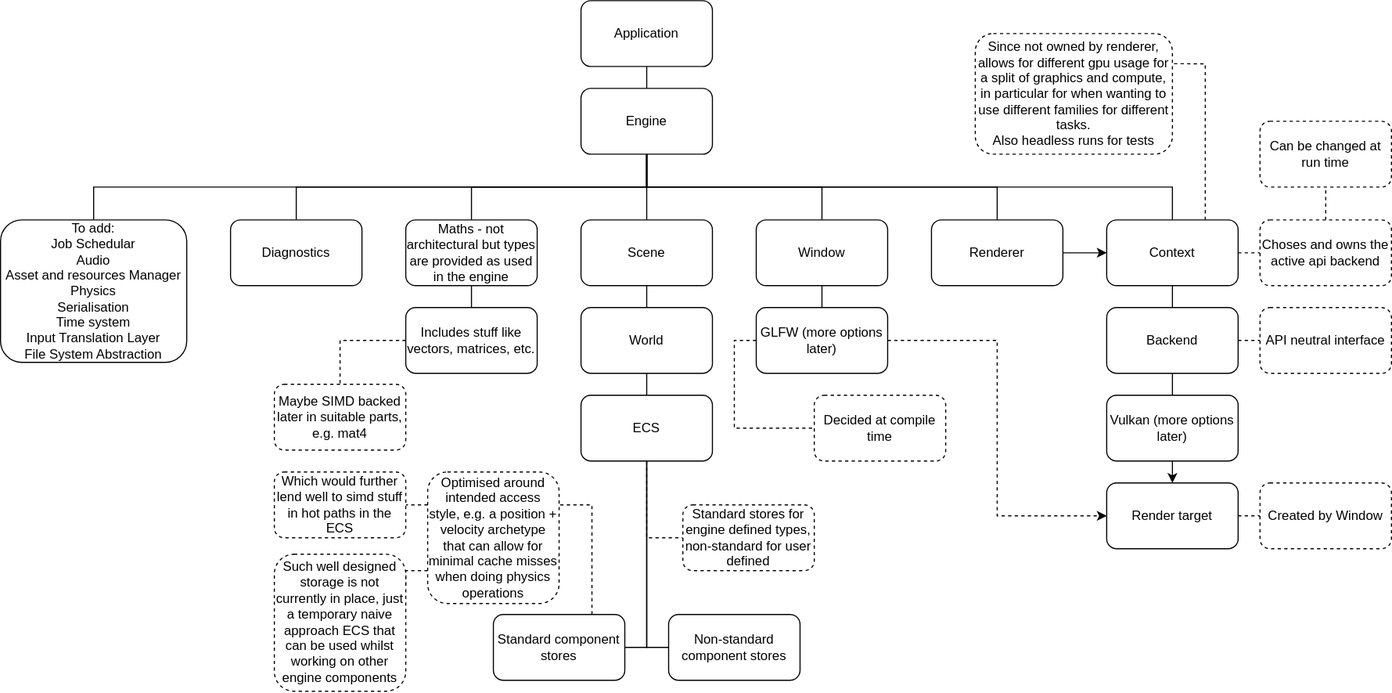
Earlier version of the draw.io export docs/Architecture.svg (Tobias-Sharman/Trivial-Game-Engine). Source tidied: cells renumbered, new cells last; positions are measured from the earlier drawing's top-left corner, leaving out a move shared by most shapes.
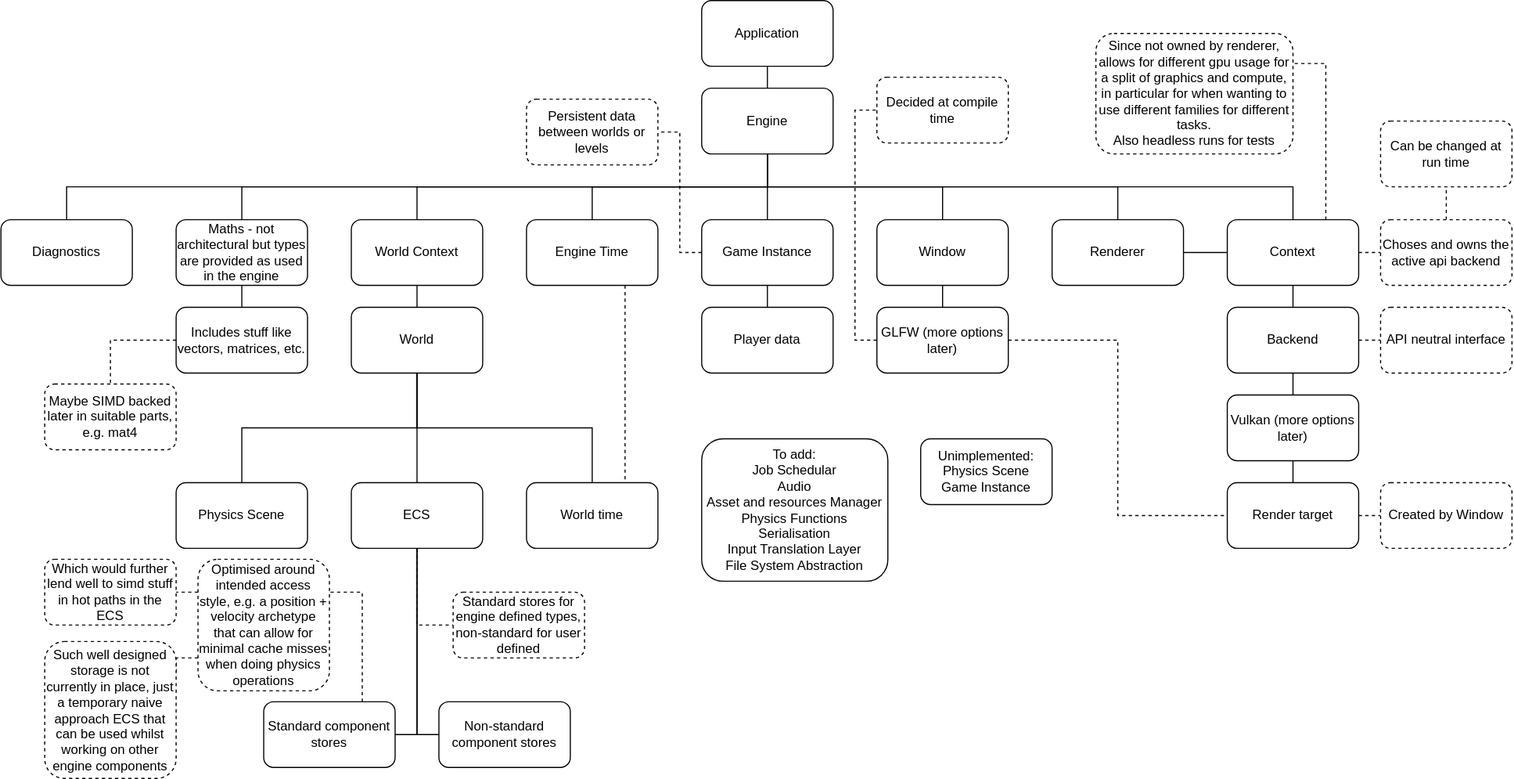
The same file after the commit.

Commit message:
Update architecture design image

Diff of the diagram source:
```diff
@@ -11,42 +11,37 @@
     <mxCell id="4" style="edgeStyle=orthogonalEdgeStyle;rounded=0;jettySize=auto;html=1;exitX=0.5;exitY=1;exitDx=0;exitDy=0;entryX=0.5;entryY=0;entryDx=0;entryDy=0;endArrow=none;endFill=0;" parent="1" edge="1" source="11" target="13">
       <mxGeometry relative="1" as="geometry" />
     </mxCell>
+    <mxCell id="7" style="edgeStyle=orthogonalEdgeStyle;rounded=0;jettySize=auto;html=1;exitX=0.5;exitY=1;exitDx=0;exitDy=0;entryX=0.5;entryY=0;entryDx=0;entryDy=0;endArrow=none;endFill=0;" parent="1" edge="1" source="11" target="17">
+      <mxGeometry relative="1" as="geometry" />
+    </mxCell>
+    <mxCell id="10" style="edgeStyle=orthogonalEdgeStyle;rounded=0;jettySize=auto;html=1;exitX=0.5;exitY=1;exitDx=0;exitDy=0;entryX=0.5;entryY=0;entryDx=0;entryDy=0;endArrow=none;endFill=0;" parent="1" edge="1" source="11" target="60">
+      <mxGeometry relative="1" as="geometry" />
+    </mxCell>
+    <mxCell id="61" style="edgeStyle=orthogonalEdgeStyle;rounded=0;jettySize=auto;html=1;exitX=0.5;exitY=1;exitDx=0;exitDy=0;entryX=0.5;entryY=0;entryDx=0;entryDy=0;endArrow=none;endFill=0;" parent="1" edge="1" source="11" target="68">
+      <mxGeometry relative="1" as="geometry" />
+    </mxCell>
+    <mxCell id="62" style="edgeStyle=orthogonalEdgeStyle;rounded=0;jettySize=auto;html=1;exitX=0.5;exitY=1;exitDx=0;exitDy=0;endArrow=none;endFill=0;" parent="1" edge="1" source="11" target="73">
+      <mxGeometry relative="1" as="geometry" />
+    </mxCell>
+    <mxCell id="63" style="edgeStyle=orthogonalEdgeStyle;rounded=0;jettySize=auto;html=1;exitX=0.5;exitY=1;exitDx=0;exitDy=0;entryX=0.5;entryY=0;entryDx=0;entryDy=0;endArrow=none;endFill=0;" parent="1" edge="1" source="11" target="21">
+      <mxGeometry relative="1" as="geometry" />
+    </mxCell>
     <mxCell id="5" style="edgeStyle=orthogonalEdgeStyle;rounded=0;jettySize=auto;html=1;exitX=0.5;exitY=1;exitDx=0;exitDy=0;entryX=0.5;entryY=0;entryDx=0;entryDy=0;endArrow=none;endFill=0;" parent="1" edge="1" source="11" target="15">
       <mxGeometry relative="1" as="geometry" />
     </mxCell>
-    <mxCell id="6" style="edgeStyle=orthogonalEdgeStyle;rounded=0;jettySize=auto;html=1;entryX=0.5;entryY=0;entryDx=0;entryDy=0;endArrow=none;endFill=0;" parent="1" edge="1" target="21">
-      <mxGeometry relative="1" as="geometry">
-        <mxPoint x="590" y="140" as="sourcePoint" />
-        <Array as="points">
-          <mxPoint x="590" y="170" />
-          <mxPoint x="750" y="170" />
-        </Array>
-      </mxGeometry>
-    </mxCell>
-    <mxCell id="7" style="edgeStyle=orthogonalEdgeStyle;rounded=0;jettySize=auto;html=1;exitX=0.5;exitY=1;exitDx=0;exitDy=0;entryX=0.5;entryY=0;entryDx=0;entryDy=0;endArrow=none;endFill=0;" parent="1" edge="1" source="11" target="17">
-      <mxGeometry relative="1" as="geometry" />
-    </mxCell>
-    <mxCell id="8" style="edgeStyle=orthogonalEdgeStyle;rounded=0;jettySize=auto;html=1;exitX=0.5;exitY=1;exitDx=0;exitDy=0;entryX=0.5;entryY=0;entryDx=0;entryDy=0;endArrow=none;endFill=0;" parent="1" edge="1" source="11" target="18">
-      <mxGeometry relative="1" as="geometry" />
-    </mxCell>
-    <mxCell id="9" style="edgeStyle=orthogonalEdgeStyle;rounded=0;jettySize=auto;html=1;exitX=0.5;exitY=1;exitDx=0;exitDy=0;endArrow=none;endFill=0;" parent="1" edge="1" source="11">
-      <mxGeometry relative="1" as="geometry">
-        <mxPoint x="1070" y="200" as="targetPoint" />
-      </mxGeometry>
-    </mxCell>
-    <mxCell id="10" style="edgeStyle=orthogonalEdgeStyle;rounded=0;jettySize=auto;html=1;exitX=0.5;exitY=1;exitDx=0;exitDy=0;entryX=0.5;entryY=0;entryDx=0;entryDy=0;endArrow=none;endFill=0;" parent="1" edge="1" source="11" target="60">
-      <mxGeometry relative="1" as="geometry" />
-    </mxCell>
+    <mxCell id="64" style="edgeStyle=orthogonalEdgeStyle;rounded=0;jettySize=auto;html=1;exitX=0.5;exitY=1;exitDx=0;exitDy=0;entryX=0.5;entryY=0;entryDx=0;entryDy=0;endArrow=none;endFill=0;" parent="1" edge="1" source="11" target="31">
+      <mxGeometry relative="1" as="geometry" />
+    </mxCell>
     <mxCell id="11" value="Engine" style="rounded=1;whiteSpace=wrap;html=1;" parent="1" vertex="1">
       <mxGeometry x="530" y="80" width="120" height="60" as="geometry" />
     </mxCell>
     <mxCell id="12" style="edgeStyle=orthogonalEdgeStyle;rounded=0;jettySize=auto;html=1;exitX=0.5;exitY=1;exitDx=0;exitDy=0;entryX=0.5;entryY=0;entryDx=0;entryDy=0;endArrow=none;endFill=0;" parent="1" edge="1" source="13" target="23">
       <mxGeometry relative="1" as="geometry" />
     </mxCell>
-    <mxCell id="13" value="Scene" style="rounded=1;whiteSpace=wrap;html=1;" parent="1" vertex="1">
-      <mxGeometry x="530" y="200" width="120" height="60" as="geometry" />
+    <mxCell id="13" value="World Context" style="rounded=1;whiteSpace=wrap;html=1;" parent="1" vertex="1">
+      <mxGeometry x="210" y="200" width="120" height="60" as="geometry" />
     </mxCell>
-    <mxCell id="14" style="edgeStyle=orthogonalEdgeStyle;rounded=0;jettySize=auto;html=1;exitX=1;exitY=0.5;exitDx=0;exitDy=0;entryX=0;entryY=0.5;entryDx=0;entryDy=0;" parent="1" edge="1" source="15" target="31">
+    <mxCell id="14" style="edgeStyle=orthogonalEdgeStyle;rounded=0;jettySize=auto;html=1;exitX=1;exitY=0.5;exitDx=0;exitDy=0;entryX=0;entryY=0.5;entryDx=0;entryDy=0;endArrow=none;endFill=0;" parent="1" edge="1" source="15" target="31">
       <mxGeometry relative="1" as="geometry" />
     </mxCell>
     <mxCell id="15" value="Renderer" style="rounded=1;whiteSpace=wrap;html=1;" parent="1" vertex="1">
@@ -56,10 +51,10 @@
       <mxGeometry relative="1" as="geometry" />
     </mxCell>
     <mxCell id="17" value="Maths - not architectural but types are provided as used in the engine" style="rounded=1;whiteSpace=wrap;html=1;" parent="1" vertex="1">
-      <mxGeometry x="370" y="200" width="120" height="60" as="geometry" />
+      <mxGeometry x="50" y="200" width="120" height="60" as="geometry" />
     </mxCell>
-    <mxCell id="18" value="To add:&lt;div&gt;Job Schedular&lt;/div&gt;&lt;div&gt;Audio&lt;/div&gt;&lt;div&gt;Asset and resources Manager&lt;/div&gt;&lt;div&gt;Physics&lt;/div&gt;&lt;div&gt;Serialisation&lt;/div&gt;&lt;div&gt;Time system&lt;/div&gt;&lt;div&gt;Input Translation Layer&lt;/div&gt;&lt;div&gt;File System Abstraction&lt;/div&gt;" style="rounded=1;whiteSpace=wrap;html=1;" parent="1" vertex="1">
-      <mxGeometry y="200" width="170" height="130" as="geometry" />
+    <mxCell id="18" value="To add:&lt;div&gt;Job Schedular&lt;/div&gt;&lt;div&gt;Audio&lt;/div&gt;&lt;div&gt;Asset and resources Manager&lt;/div&gt;&lt;div&gt;Physics Functions&lt;/div&gt;&lt;div&gt;Serialisation&lt;/div&gt;&lt;div&gt;Input Translation Layer&lt;br&gt;&lt;/div&gt;&lt;div&gt;File System Abstraction&lt;/div&gt;" style="rounded=1;whiteSpace=wrap;html=1;" parent="1" vertex="1">
+      <mxGeometry x="530" y="400" width="170" height="130" as="geometry" />
     </mxCell>
     <mxCell id="19" style="edgeStyle=orthogonalEdgeStyle;rounded=0;jettySize=auto;html=1;exitX=0.5;exitY=1;exitDx=0;exitDy=0;entryX=0.5;entryY=0;entryDx=0;entryDy=0;endArrow=none;endFill=0;" parent="1" edge="1" source="21" target="51">
       <mxGeometry relative="1" as="geometry" />
@@ -73,8 +68,14 @@
     <mxCell id="22" style="edgeStyle=orthogonalEdgeStyle;rounded=0;jettySize=auto;html=1;exitX=0.5;exitY=1;exitDx=0;exitDy=0;entryX=0.5;entryY=0;entryDx=0;entryDy=0;endArrow=none;endFill=0;" parent="1" edge="1" source="23" target="27">
       <mxGeometry relative="1" as="geometry" />
     </mxCell>
+    <mxCell id="65" style="edgeStyle=orthogonalEdgeStyle;rounded=0;jettySize=auto;html=1;exitX=0.5;exitY=1;exitDx=0;exitDy=0;entryX=0.5;entryY=0;entryDx=0;entryDy=0;endArrow=none;endFill=0;" parent="1" edge="1" source="23" target="69">
+      <mxGeometry relative="1" as="geometry" />
+    </mxCell>
+    <mxCell id="66" style="edgeStyle=orthogonalEdgeStyle;rounded=0;jettySize=auto;html=1;exitX=0.5;exitY=1;exitDx=0;exitDy=0;entryX=0.5;entryY=0;entryDx=0;entryDy=0;endArrow=none;endFill=0;" parent="1" edge="1" source="23" target="70">
+      <mxGeometry relative="1" as="geometry" />
+    </mxCell>
     <mxCell id="23" value="World" style="rounded=1;whiteSpace=wrap;html=1;" parent="1" vertex="1">
-      <mxGeometry x="530" y="280" width="120" height="60" as="geometry" />
+      <mxGeometry x="210" y="280" width="120" height="60" as="geometry" />
     </mxCell>
     <mxCell id="24" style="edgeStyle=orthogonalEdgeStyle;rounded=0;jettySize=auto;html=1;exitX=0.5;exitY=1;exitDx=0;exitDy=0;entryX=1;entryY=0.5;entryDx=0;entryDy=0;endArrow=none;endFill=0;" parent="1" edge="1" source="27" target="38">
       <mxGeometry relative="1" as="geometry" />
@@ -86,7 +87,7 @@
       <mxGeometry relative="1" as="geometry" />
     </mxCell>
     <mxCell id="27" value="ECS" style="rounded=1;whiteSpace=wrap;html=1;" parent="1" vertex="1">
-      <mxGeometry x="530" y="360" width="120" height="60" as="geometry" />
+      <mxGeometry x="210" y="440" width="120" height="60" as="geometry" />
     </mxCell>
     <mxCell id="28" style="edgeStyle=orthogonalEdgeStyle;rounded=0;jettySize=auto;html=1;exitX=0.5;exitY=1;exitDx=0;exitDy=0;entryX=0.5;entryY=0;entryDx=0;entryDy=0;endArrow=none;endFill=0;" parent="1" edge="1" source="31" target="34">
       <mxGeometry relative="1" as="geometry" />
@@ -109,7 +110,7 @@
     <mxCell id="34" value="Backend" style="rounded=1;whiteSpace=wrap;html=1;" parent="1" vertex="1">
       <mxGeometry x="1010" y="280" width="120" height="60" as="geometry" />
     </mxCell>
-    <mxCell id="35" style="edgeStyle=orthogonalEdgeStyle;rounded=0;jettySize=auto;html=1;exitX=0.5;exitY=1;exitDx=0;exitDy=0;entryX=0.5;entryY=0;entryDx=0;entryDy=0;" parent="1" edge="1" source="36" target="57">
+    <mxCell id="35" style="edgeStyle=orthogonalEdgeStyle;rounded=0;jettySize=auto;html=1;exitX=0.5;exitY=1;exitDx=0;exitDy=0;entryX=0.5;entryY=0;entryDx=0;entryDy=0;endArrow=none;endFill=0;" parent="1" edge="1" source="36" target="57">
       <mxGeometry relative="1" as="geometry" />
     </mxCell>
     <mxCell id="36" value="Vulkan (more options later)" style="rounded=1;whiteSpace=wrap;html=1;" parent="1" vertex="1">
@@ -119,16 +120,16 @@
       <mxGeometry relative="1" as="geometry" />
     </mxCell>
     <mxCell id="38" value="Standard component stores" style="rounded=1;whiteSpace=wrap;html=1;" parent="1" vertex="1">
-      <mxGeometry x="450" y="560" width="120" height="60" as="geometry" />
+      <mxGeometry x="130" y="640" width="120" height="60" as="geometry" />
     </mxCell>
     <mxCell id="39" value="Non-standard component stores" style="rounded=1;whiteSpace=wrap;html=1;" parent="1" vertex="1">
-      <mxGeometry x="610" y="560" width="120" height="60" as="geometry" />
+      <mxGeometry x="290" y="640" width="120" height="60" as="geometry" />
     </mxCell>
     <mxCell id="40" value="Since not owned by renderer, allows for different gpu usage for a split of graphics and compute, in particular for when wanting to use different families for different tasks.&lt;div&gt;Also headless runs for tests&lt;/div&gt;" style="rounded=1;whiteSpace=wrap;html=1;dashed=1;" parent="1" vertex="1">
       <mxGeometry x="890" y="30" width="180" height="110" as="geometry" />
     </mxCell>
     <mxCell id="41" value="Decided at compile time" style="rounded=1;whiteSpace=wrap;html=1;dashed=1;" parent="1" vertex="1">
-      <mxGeometry x="743" y="360" width="120" height="60" as="geometry" />
+      <mxGeometry x="690" y="70" width="120" height="60" as="geometry" />
     </mxCell>
     <mxCell id="42" style="edgeStyle=orthogonalEdgeStyle;rounded=0;jettySize=auto;html=1;exitX=0;exitY=0.25;exitDx=0;exitDy=0;entryX=1;entryY=0.5;entryDx=0;entryDy=0;dashed=1;endArrow=none;endFill=0;" parent="1" edge="1" source="44" target="45">
       <mxGeometry relative="1" as="geometry" />
@@ -137,10 +138,10 @@
       <mxGeometry relative="1" as="geometry" />
     </mxCell>
     <mxCell id="44" value="Optimised around intended access style, e.g. a position + velocity archetype that can allow for minimal cache misses when doing physics operations" style="rounded=1;whiteSpace=wrap;html=1;dashed=1;" parent="1" vertex="1">
-      <mxGeometry x="390" y="430" width="120" height="120" as="geometry" />
+      <mxGeometry x="70" y="510" width="120" height="120" as="geometry" />
     </mxCell>
     <mxCell id="45" value="Which would further lend well to simd stuff in hot paths in the ECS" style="rounded=1;whiteSpace=wrap;html=1;dashed=1;" parent="1" vertex="1">
-      <mxGeometry x="250" y="430" width="120" height="60" as="geometry" />
+      <mxGeometry x="-70" y="510" width="120" height="60" as="geometry" />
     </mxCell>
     <mxCell id="46" value="Can be changed at run time" style="rounded=1;whiteSpace=wrap;html=1;dashed=1;" parent="1" vertex="1">
       <mxGeometry x="1150" y="110" width="120" height="60" as="geometry" />
@@ -154,23 +155,23 @@
     <mxCell id="49" value="API neutral interface" style="rounded=1;whiteSpace=wrap;html=1;dashed=1;" parent="1" vertex="1">
       <mxGeometry x="1150" y="280" width="120" height="60" as="geometry" />
     </mxCell>
-    <mxCell id="50" style="edgeStyle=orthogonalEdgeStyle;rounded=0;jettySize=auto;html=1;exitX=1;exitY=0.5;exitDx=0;exitDy=0;entryX=0;entryY=0.5;entryDx=0;entryDy=0;dashed=1;" parent="1" edge="1" source="51" target="57">
+    <mxCell id="50" style="edgeStyle=orthogonalEdgeStyle;rounded=0;jettySize=auto;html=1;exitX=1;exitY=0.5;exitDx=0;exitDy=0;entryX=0;entryY=0.5;entryDx=0;entryDy=0;dashed=1;endArrow=none;endFill=0;" parent="1" edge="1" source="51" target="57">
       <mxGeometry relative="1" as="geometry" />
     </mxCell>
     <mxCell id="51" value="GLFW (more options later)" style="rounded=1;whiteSpace=wrap;html=1;" parent="1" vertex="1">
       <mxGeometry x="690" y="280" width="120" height="60" as="geometry" />
     </mxCell>
     <mxCell id="52" value="Standard stores for engine defined types, non-standard for user defined" style="rounded=1;whiteSpace=wrap;html=1;dashed=1;" parent="1" vertex="1">
-      <mxGeometry x="623" y="460" width="120" height="60" as="geometry" />
+      <mxGeometry x="303" y="540" width="120" height="60" as="geometry" />
     </mxCell>
     <mxCell id="53" style="edgeStyle=orthogonalEdgeStyle;rounded=0;jettySize=auto;html=1;exitX=0;exitY=0.5;exitDx=0;exitDy=0;entryX=0.5;entryY=0;entryDx=0;entryDy=0;dashed=1;endArrow=none;endFill=0;" parent="1" edge="1" source="54" target="55">
       <mxGeometry relative="1" as="geometry" />
     </mxCell>
     <mxCell id="54" value="Includes stuff like vectors, matrices, etc." style="rounded=1;whiteSpace=wrap;html=1;" parent="1" vertex="1">
-      <mxGeometry x="370" y="280" width="120" height="60" as="geometry" />
+      <mxGeometry x="50" y="280" width="120" height="60" as="geometry" />
     </mxCell>
     <mxCell id="55" value="Maybe SIMD backed later in suitable parts, e.g. mat4" style="rounded=1;whiteSpace=wrap;html=1;dashed=1;" parent="1" vertex="1">
-      <mxGeometry x="250" y="350" width="120" height="60" as="geometry" />
+      <mxGeometry x="-70" y="350" width="120" height="60" as="geometry" />
     </mxCell>
     <mxCell id="56" style="edgeStyle=orthogonalEdgeStyle;rounded=0;jettySize=auto;html=1;exitX=1;exitY=0.5;exitDx=0;exitDy=0;entryX=0;entryY=0.5;entryDx=0;entryDy=0;endArrow=none;endFill=0;dashed=1;" parent="1" edge="1" source="57" target="58">
       <mxGeometry relative="1" as="geometry" />
@@ -182,10 +183,40 @@
       <mxGeometry x="1150" y="440" width="120" height="60" as="geometry" />
     </mxCell>
     <mxCell id="59" value="Such well designed storage is not currently in place, just a temporary naive approach ECS that can be used whilst working on other engine components" style="rounded=1;whiteSpace=wrap;html=1;dashed=1;" parent="1" vertex="1">
-      <mxGeometry x="250" y="505" width="120" height="125" as="geometry" />
+      <mxGeometry x="-70" y="585" width="120" height="125" as="geometry" />
     </mxCell>
     <mxCell id="60" value="Diagnostics" style="rounded=1;whiteSpace=wrap;html=1;" parent="1" vertex="1">
-      <mxGeometry x="210" y="200" width="120" height="60" as="geometry" />
+      <mxGeometry x="-110" y="200" width="120" height="60" as="geometry" />
     </mxCell>
+    <mxCell id="67" style="edgeStyle=orthogonalEdgeStyle;rounded=0;jettySize=auto;html=1;exitX=0.75;exitY=1;exitDx=0;exitDy=0;entryX=0.75;entryY=0;entryDx=0;entryDy=0;endArrow=none;endFill=0;dashed=1;" parent="1" edge="1" source="68" target="69">
+      <mxGeometry relative="1" as="geometry" />
+    </mxCell>
+    <mxCell id="68" value="Engine Time" style="rounded=1;whiteSpace=wrap;html=1;" parent="1" vertex="1">
+      <mxGeometry x="370" y="200" width="120" height="60" as="geometry" />
+    </mxCell>
+    <mxCell id="69" value="World time" style="rounded=1;whiteSpace=wrap;html=1;" parent="1" vertex="1">
+      <mxGeometry x="370" y="440" width="120" height="60" as="geometry" />
+    </mxCell>
+    <mxCell id="70" value="Physics Scene" style="rounded=1;whiteSpace=wrap;html=1;" parent="1" vertex="1">
+      <mxGeometry x="50" y="440" width="120" height="60" as="geometry" />
+    </mxCell>
+    <mxCell id="71" style="edgeStyle=orthogonalEdgeStyle;rounded=0;jettySize=auto;html=1;exitX=0;exitY=0.5;exitDx=0;exitDy=0;entryX=1;entryY=0.5;entryDx=0;entryDy=0;endArrow=none;endFill=0;dashed=1;" parent="1" edge="1" source="73" target="74">
+      <mxGeometry relative="1" as="geometry" />
+    </mxCell>
+    <mxCell id="72" style="edgeStyle=orthogonalEdgeStyle;rounded=0;jettySize=auto;html=1;exitX=0.5;exitY=1;exitDx=0;exitDy=0;entryX=0.5;entryY=0;entryDx=0;entryDy=0;endArrow=none;endFill=0;" parent="1" edge="1" source="73" target="75">
+      <mxGeometry relative="1" as="geometry" />
+    </mxCell>
+    <mxCell id="73" value="Game Instance" style="rounded=1;whiteSpace=wrap;html=1;" parent="1" vertex="1">
+      <mxGeometry x="530" y="200" width="120" height="60" as="geometry" />
+    </mxCell>
+    <mxCell id="74" value="Persistent data between worlds or levels" style="rounded=1;whiteSpace=wrap;html=1;dashed=1;" parent="1" vertex="1">
+      <mxGeometry x="370" y="90" width="120" height="60" as="geometry" />
+    </mxCell>
+    <mxCell id="75" value="Player data" style="rounded=1;whiteSpace=wrap;html=1;" parent="1" vertex="1">
+      <mxGeometry x="530" y="280" width="120" height="60" as="geometry" />
+    </mxCell>
+    <mxCell id="76" value="Unimplemented:&lt;div&gt;Physics Scene&lt;/div&gt;&lt;div&gt;Game Instance&lt;/div&gt;" style="rounded=1;whiteSpace=wrap;html=1;" parent="1" vertex="1">
+      <mxGeometry x="730" y="400" width="120" height="60" as="geometry" />
+    </mxCell>
   </root>
 </mxGraphModel>
```
